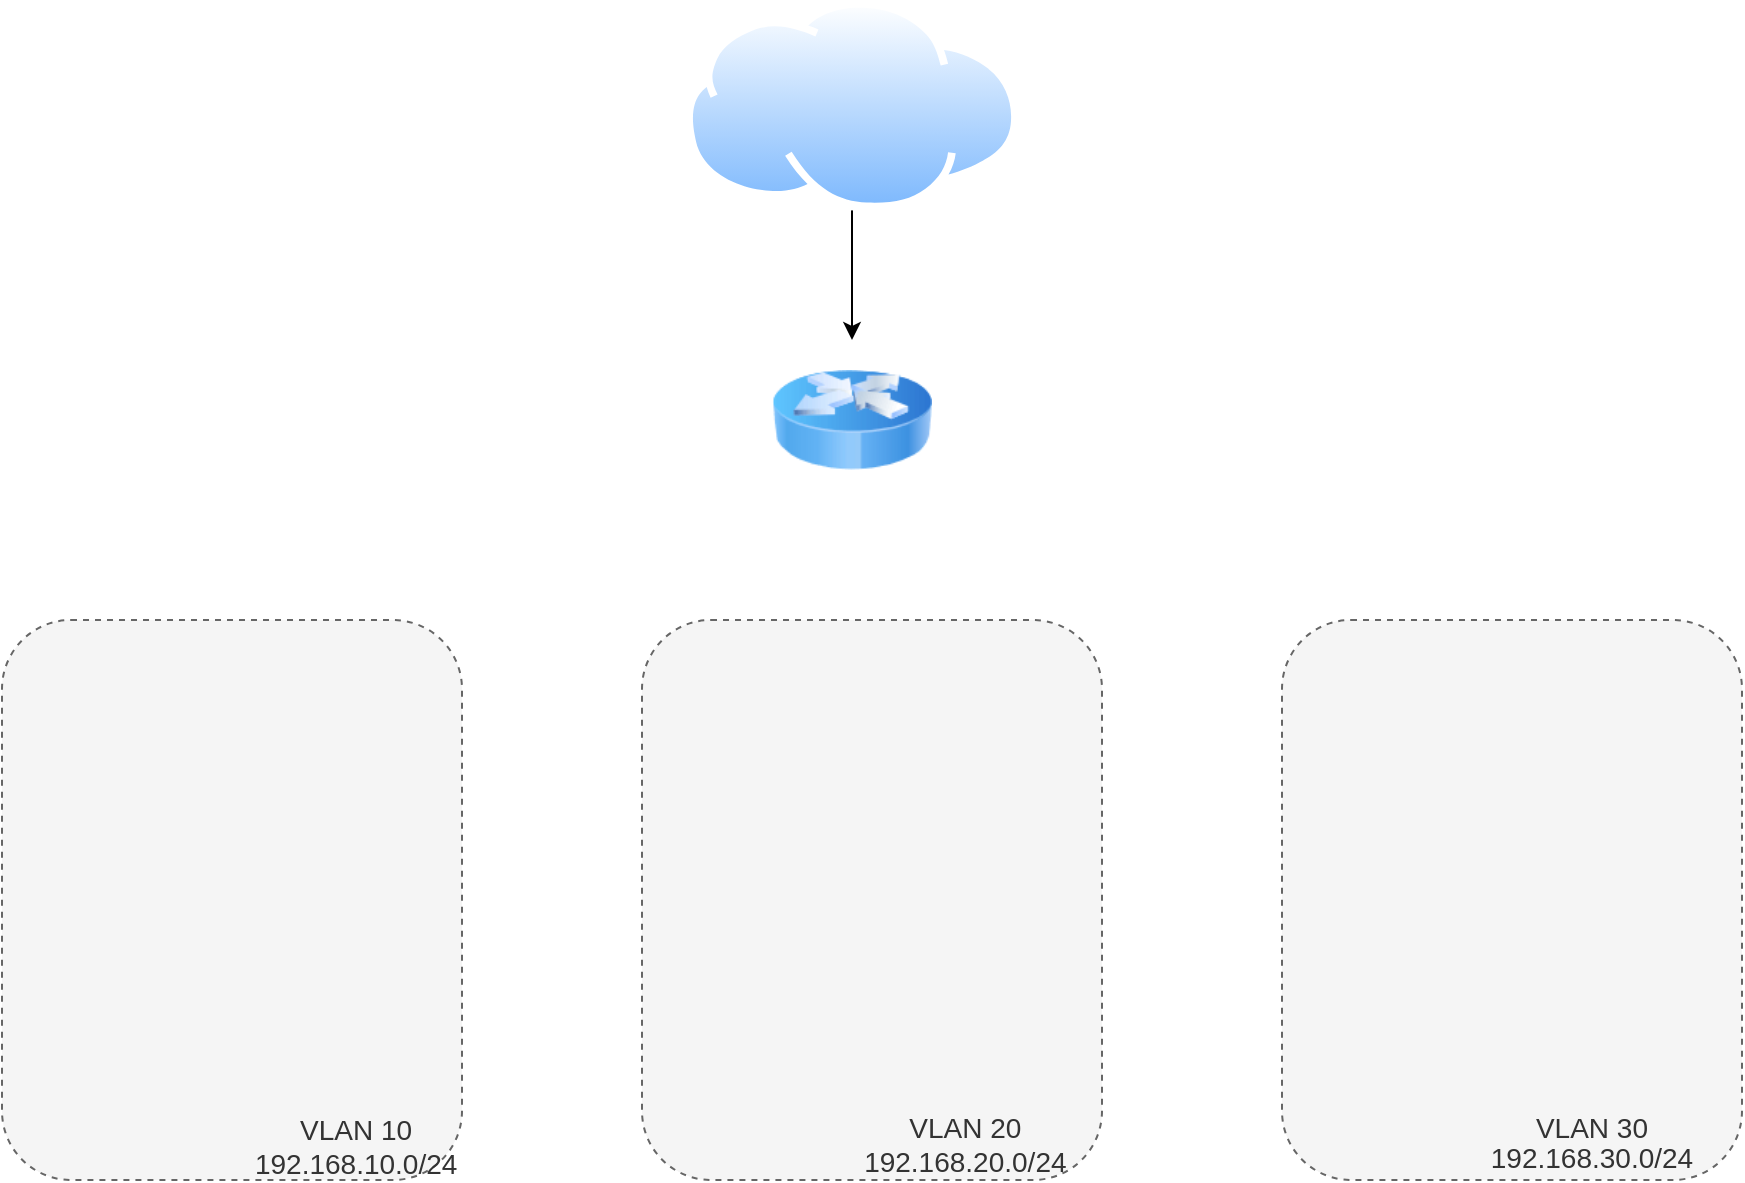
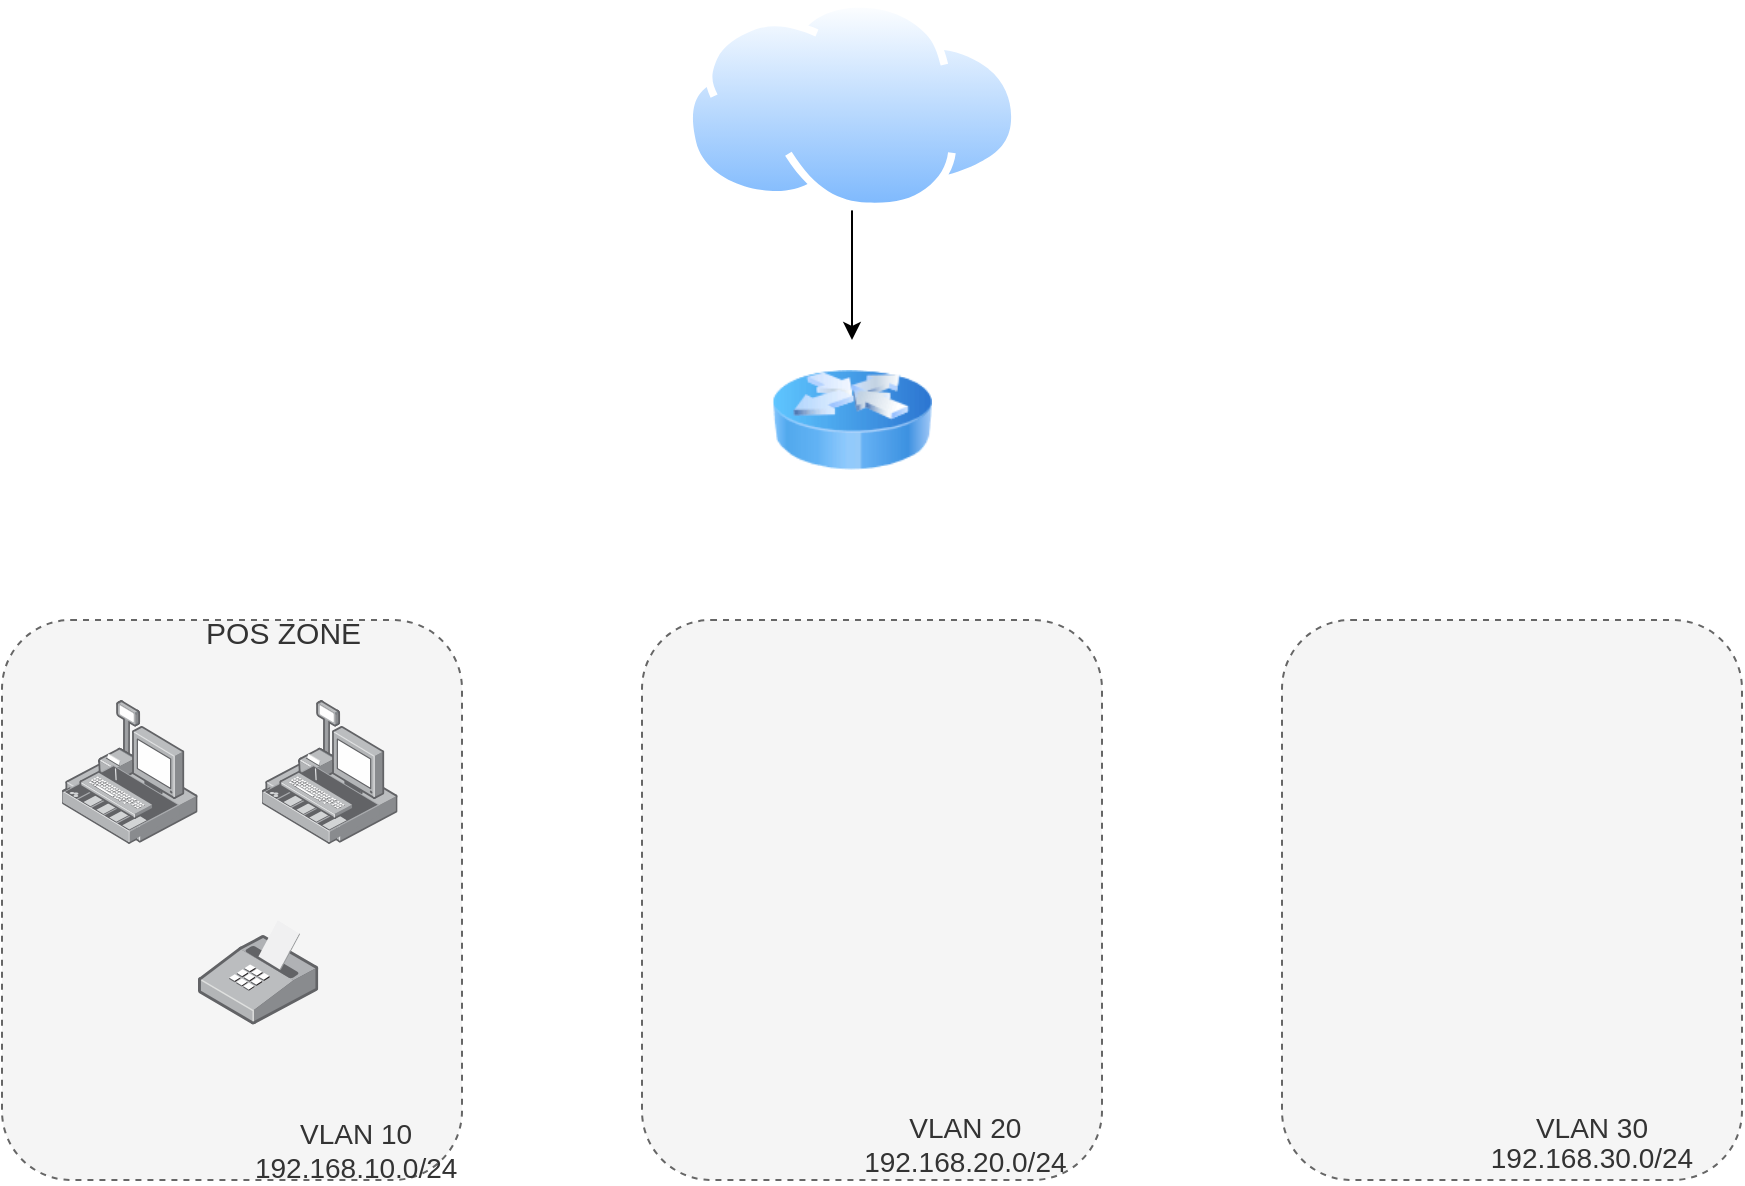
<mxfile host="app.diagrams.net">
  <diagram name="Trang-1" id="-QvKHvVX4tWdF-sznae-">
    <mxGraphModel dx="1012" dy="601" grid="1" gridSize="10" guides="1" tooltips="1" connect="1" arrows="1" fold="1" page="1" pageScale="1" pageWidth="827" pageHeight="1169" math="0" shadow="0">
      <root>
        <mxCell id="0" />
        <mxCell id="1" parent="0" />
-         <mxCell id="tlgCcKQl9_W-pkazaHYF-1" parent="1" style="rounded=1;whiteSpace=wrap;html=1;dashed=1;fillColor=#f5f5f5;strokeColor=#666666;fontColor=#333333;align=left;" value="&lt;div&gt;&lt;br&gt;&lt;/div&gt;&lt;div&gt;&lt;font style=&quot;font-size: 14px;&quot;&gt;&lt;br&gt;&lt;/font&gt;&lt;/div&gt;&lt;div&gt;&lt;font style=&quot;font-size: 14px;&quot;&gt;&lt;br&gt;&lt;/font&gt;&lt;/div&gt;&lt;div style=&quot;text-align: center;&quot;&gt;&lt;font style=&quot;font-size: 14px;&quot;&gt;&lt;br&gt;&lt;/font&gt;&lt;/div&gt;&lt;div style=&quot;text-align: center;&quot;&gt;&lt;font style=&quot;font-size: 14px;&quot;&gt;&lt;br&gt;&lt;/font&gt;&lt;/div&gt;&lt;div style=&quot;text-align: center;&quot;&gt;&lt;font style=&quot;font-size: 14px;&quot;&gt;&lt;br&gt;&lt;/font&gt;&lt;/div&gt;&lt;div style=&quot;text-align: center;&quot;&gt;&lt;font style=&quot;font-size: 14px;&quot;&gt;&lt;br&gt;&lt;/font&gt;&lt;/div&gt;&lt;div style=&quot;text-align: center;&quot;&gt;&lt;font style=&quot;font-size: 14px;&quot;&gt;&lt;br&gt;&lt;/font&gt;&lt;/div&gt;&lt;div style=&quot;text-align: center;&quot;&gt;&lt;br&gt;&lt;/div&gt;&lt;div style=&quot;text-align: center;&quot;&gt;&lt;font style=&quot;font-size: 14px;&quot;&gt;&lt;br&gt;&lt;/font&gt;&lt;/div&gt;&lt;div style=&quot;text-align: center;&quot;&gt;&lt;font style=&quot;font-size: 14px;&quot;&gt;&lt;br&gt;&lt;/font&gt;&lt;/div&gt;&lt;div&gt;&lt;div style=&quot;text-align: center;&quot;&gt;&lt;span style=&quot;font-size: 14px; background-color: transparent; color: light-dark(rgb(51, 51, 51), rgb(193, 193, 193));&quot;&gt;&amp;nbsp; &amp;nbsp; &amp;nbsp; &amp;nbsp; &amp;nbsp; &amp;nbsp; &amp;nbsp; &amp;nbsp; &amp;nbsp; &amp;nbsp; &amp;nbsp; &amp;nbsp; &amp;nbsp; &amp;nbsp; &amp;nbsp; &amp;nbsp;&amp;nbsp;&lt;/span&gt;&lt;/div&gt;&lt;div style=&quot;text-align: center;&quot;&gt;&lt;span style=&quot;font-size: 14px; background-color: transparent; color: light-dark(rgb(51, 51, 51), rgb(193, 193, 193));&quot;&gt;&lt;br&gt;&lt;/span&gt;&lt;/div&gt;&lt;div style=&quot;text-align: center;&quot;&gt;&lt;span style=&quot;font-size: 14px; background-color: transparent; color: light-dark(rgb(51, 51, 51), rgb(193, 193, 193));&quot;&gt;&lt;br&gt;&lt;/span&gt;&lt;/div&gt;&lt;div style=&quot;text-align: center;&quot;&gt;&lt;span style=&quot;font-size: 14px; background-color: transparent; color: light-dark(rgb(51, 51, 51), rgb(193, 193, 193));&quot;&gt;&lt;br&gt;&lt;/span&gt;&lt;/div&gt;&lt;div style=&quot;text-align: center;&quot;&gt;&lt;span style=&quot;font-size: 14px; background-color: transparent; color: light-dark(rgb(51, 51, 51), rgb(193, 193, 193));&quot;&gt;&lt;span style=&quot;white-space: pre;&quot;&gt;&#x9;&lt;/span&gt;&lt;span style=&quot;white-space: pre;&quot;&gt;&#x9;&lt;/span&gt;&lt;span style=&quot;white-space: pre;&quot;&gt;&#x9;&lt;/span&gt;&lt;span style=&quot;white-space: pre;&quot;&gt;&#x9;&lt;/span&gt;VLAN 10&lt;/span&gt;&lt;/div&gt;&lt;div style=&quot;text-align: center;&quot;&gt;&lt;font style=&quot;font-size: 14px;&quot;&gt;&lt;span style=&quot;white-space: pre;&quot;&gt;&#x9;&lt;/span&gt;&lt;span style=&quot;white-space: pre;&quot;&gt;&#x9;&lt;/span&gt;&lt;span style=&quot;white-space: pre;&quot;&gt;&#x9;&lt;/span&gt;&lt;span style=&quot;white-space: pre;&quot;&gt;&#x9;&lt;/span&gt;192.168.10.0/24&lt;/font&gt;&lt;/div&gt;&lt;/div&gt;" vertex="1">
+         <mxCell id="tlgCcKQl9_W-pkazaHYF-1" parent="1" style="rounded=1;whiteSpace=wrap;html=1;dashed=1;fillColor=#f5f5f5;strokeColor=#666666;fontColor=#333333;align=left;" value="&lt;div&gt;&lt;font style=&quot;font-size: 15px;&quot;&gt;&lt;span style=&quot;white-space: pre;&quot;&gt;&#x9;&lt;/span&gt;&lt;span style=&quot;white-space: pre;&quot;&gt;&#x9;&lt;/span&gt;&lt;span style=&quot;white-space: pre;&quot;&gt;&#x9;&lt;/span&gt;POS ZONE&lt;br&gt;&lt;/font&gt;&lt;/div&gt;&lt;div&gt;&lt;font style=&quot;font-size: 14px;&quot;&gt;&lt;br&gt;&lt;/font&gt;&lt;/div&gt;&lt;div&gt;&lt;font style=&quot;font-size: 14px;&quot;&gt;&lt;br&gt;&lt;/font&gt;&lt;/div&gt;&lt;div style=&quot;text-align: center;&quot;&gt;&lt;font style=&quot;font-size: 14px;&quot;&gt;&lt;br&gt;&lt;/font&gt;&lt;/div&gt;&lt;div style=&quot;text-align: center;&quot;&gt;&lt;font style=&quot;font-size: 14px;&quot;&gt;&lt;br&gt;&lt;/font&gt;&lt;/div&gt;&lt;div style=&quot;text-align: center;&quot;&gt;&lt;font style=&quot;font-size: 14px;&quot;&gt;&lt;br&gt;&lt;/font&gt;&lt;/div&gt;&lt;div style=&quot;text-align: center;&quot;&gt;&lt;font style=&quot;font-size: 14px;&quot;&gt;&lt;br&gt;&lt;/font&gt;&lt;/div&gt;&lt;div style=&quot;text-align: center;&quot;&gt;&lt;font style=&quot;font-size: 14px;&quot;&gt;&lt;br&gt;&lt;/font&gt;&lt;/div&gt;&lt;div style=&quot;text-align: center;&quot;&gt;&lt;br&gt;&lt;/div&gt;&lt;div style=&quot;text-align: center;&quot;&gt;&lt;font style=&quot;font-size: 14px;&quot;&gt;&lt;br&gt;&lt;/font&gt;&lt;/div&gt;&lt;div style=&quot;text-align: center;&quot;&gt;&lt;font style=&quot;font-size: 14px;&quot;&gt;&lt;br&gt;&lt;/font&gt;&lt;/div&gt;&lt;div&gt;&lt;div style=&quot;text-align: center;&quot;&gt;&lt;span style=&quot;font-size: 14px; background-color: transparent; color: light-dark(rgb(51, 51, 51), rgb(193, 193, 193));&quot;&gt;&amp;nbsp; &amp;nbsp; &amp;nbsp; &amp;nbsp; &amp;nbsp; &amp;nbsp; &amp;nbsp; &amp;nbsp; &amp;nbsp; &amp;nbsp; &amp;nbsp; &amp;nbsp; &amp;nbsp; &amp;nbsp; &amp;nbsp; &amp;nbsp;&amp;nbsp;&lt;/span&gt;&lt;/div&gt;&lt;div style=&quot;text-align: center;&quot;&gt;&lt;span style=&quot;font-size: 14px; background-color: transparent; color: light-dark(rgb(51, 51, 51), rgb(193, 193, 193));&quot;&gt;&lt;br&gt;&lt;/span&gt;&lt;/div&gt;&lt;div style=&quot;text-align: center;&quot;&gt;&lt;span style=&quot;font-size: 14px; background-color: transparent; color: light-dark(rgb(51, 51, 51), rgb(193, 193, 193));&quot;&gt;&lt;br&gt;&lt;/span&gt;&lt;/div&gt;&lt;div style=&quot;text-align: center;&quot;&gt;&lt;span style=&quot;font-size: 14px; background-color: transparent; color: light-dark(rgb(51, 51, 51), rgb(193, 193, 193));&quot;&gt;&lt;br&gt;&lt;/span&gt;&lt;/div&gt;&lt;div style=&quot;text-align: center;&quot;&gt;&lt;span style=&quot;font-size: 14px; background-color: transparent; color: light-dark(rgb(51, 51, 51), rgb(193, 193, 193));&quot;&gt;&lt;span style=&quot;white-space: pre;&quot;&gt;&#x9;&lt;/span&gt;&lt;span style=&quot;white-space: pre;&quot;&gt;&#x9;&lt;/span&gt;&lt;span style=&quot;white-space: pre;&quot;&gt;&#x9;&lt;/span&gt;&lt;span style=&quot;white-space: pre;&quot;&gt;&#x9;&lt;/span&gt;VLAN 10&lt;/span&gt;&lt;/div&gt;&lt;div style=&quot;text-align: center;&quot;&gt;&lt;font style=&quot;font-size: 14px;&quot;&gt;&lt;span style=&quot;white-space: pre;&quot;&gt;&#x9;&lt;/span&gt;&lt;span style=&quot;white-space: pre;&quot;&gt;&#x9;&lt;/span&gt;&lt;span style=&quot;white-space: pre;&quot;&gt;&#x9;&lt;/span&gt;&lt;span style=&quot;white-space: pre;&quot;&gt;&#x9;&lt;/span&gt;192.168.10.0/24&lt;/font&gt;&lt;/div&gt;&lt;/div&gt;" vertex="1">
          <mxGeometry height="280" width="230" x="20" y="320" as="geometry" />
        </mxCell>
        <mxCell id="tlgCcKQl9_W-pkazaHYF-5" edge="1" parent="1" source="6glJgjmVUURO1JKE-K0C-2" style="edgeStyle=orthogonalEdgeStyle;rounded=0;orthogonalLoop=1;jettySize=auto;html=1;" target="tlgCcKQl9_W-pkazaHYF-2" value="">
          <mxGeometry relative="1" as="geometry" />
        </mxCell>
        <mxCell id="6glJgjmVUURO1JKE-K0C-2" parent="1" style="image;aspect=fixed;perimeter=ellipsePerimeter;html=1;align=center;shadow=0;dashed=0;spacingTop=3;image=img/lib/active_directory/internet_cloud.svg;" value="" vertex="1">
          <mxGeometry height="105.2" width="166.99" x="361.51" y="10" as="geometry" />
        </mxCell>
        <mxCell id="tlgCcKQl9_W-pkazaHYF-2" parent="1" style="image;html=1;image=img/lib/clip_art/networking/Router_Icon_128x128.png;labelBackgroundColor=#f8cecc;labelBorderColor=#b85450;" value="" vertex="1">
          <mxGeometry height="80" width="80" x="405" y="180" as="geometry" />
        </mxCell>
        <mxCell id="tlgCcKQl9_W-pkazaHYF-6" parent="1" style="rounded=1;whiteSpace=wrap;html=1;dashed=1;fillColor=#f5f5f5;strokeColor=#666666;fontColor=#333333;" value="&lt;div&gt;&lt;br&gt;&lt;/div&gt;&lt;div&gt;&lt;br&gt;&lt;/div&gt;&lt;div&gt;&lt;br&gt;&lt;/div&gt;&lt;div&gt;&lt;br&gt;&lt;/div&gt;&lt;div&gt;&lt;br&gt;&lt;/div&gt;&lt;div&gt;&lt;br&gt;&lt;/div&gt;&lt;div&gt;&lt;br&gt;&lt;/div&gt;&lt;div&gt;&lt;br&gt;&lt;/div&gt;&lt;div&gt;&lt;br&gt;&lt;/div&gt;&lt;div&gt;&lt;br&gt;&lt;/div&gt;&lt;div&gt;&lt;br&gt;&lt;/div&gt;&lt;div&gt;&lt;br&gt;&lt;/div&gt;&lt;div&gt;&lt;br&gt;&lt;/div&gt;&lt;div&gt;&lt;br&gt;&lt;/div&gt;&lt;div&gt;&lt;br&gt;&lt;/div&gt;&lt;div&gt;&lt;br&gt;&lt;/div&gt;&lt;div&gt;&lt;br&gt;&lt;/div&gt;&lt;div&gt;&lt;span style=&quot;font-size: 14px; background-color: transparent; color: light-dark(rgb(51, 51, 51), rgb(193, 193, 193));&quot;&gt;&lt;span style=&quot;white-space: pre;&quot;&gt;&#x9;&lt;/span&gt;&lt;span style=&quot;white-space: pre;&quot;&gt;&#x9;&lt;/span&gt;&lt;span style=&quot;white-space: pre;&quot;&gt;&#x9;&lt;/span&gt;VLAN 20&lt;/span&gt;&lt;/div&gt;&lt;div&gt;&lt;/div&gt;&lt;div&gt;&lt;font style=&quot;font-size: 14px;&quot;&gt;&lt;span style=&quot;white-space: pre;&quot;&gt;&#x9;&lt;/span&gt;&lt;span style=&quot;white-space: pre;&quot;&gt;&#x9;&lt;/span&gt;&lt;span style=&quot;white-space: pre;&quot;&gt;&#x9;&lt;/span&gt;192.168.20.0/24&lt;/font&gt;&lt;/div&gt;" vertex="1">
          <mxGeometry height="280" width="230" x="340" y="320" as="geometry" />
        </mxCell>
        <mxCell id="tlgCcKQl9_W-pkazaHYF-7" parent="1" style="rounded=1;whiteSpace=wrap;html=1;dashed=1;fillColor=#f5f5f5;strokeColor=#666666;fontColor=#333333;" value="&lt;blockquote style=&quot;margin: 0px 0px 0px 40px; border-width: medium; border-style: none; border-color: currentcolor; border-image: initial; padding: 0px; line-height: 110%;&quot;&gt;&lt;blockquote style=&quot;margin: 0px 0px 0px 40px; border-width: medium; border-style: none; border-color: currentcolor; border-image: initial; padding: 0px;&quot;&gt;&lt;font style=&quot;font-size: 14px;&quot;&gt;&lt;br&gt;&lt;/font&gt;&lt;/blockquote&gt;&lt;blockquote style=&quot;margin: 0px 0px 0px 40px; border-width: medium; border-style: none; border-color: currentcolor; border-image: initial; padding: 0px;&quot;&gt;&lt;font style=&quot;font-size: 14px;&quot;&gt;&lt;br&gt;&lt;/font&gt;&lt;/blockquote&gt;&lt;blockquote style=&quot;margin: 0px 0px 0px 40px; border-width: medium; border-style: none; border-color: currentcolor; border-image: initial; padding: 0px;&quot;&gt;&lt;font style=&quot;font-size: 14px;&quot;&gt;&lt;br&gt;&lt;/font&gt;&lt;/blockquote&gt;&lt;blockquote style=&quot;margin: 0px 0px 0px 40px; border-width: medium; border-style: none; border-color: currentcolor; border-image: initial; padding: 0px;&quot;&gt;&lt;font style=&quot;font-size: 14px;&quot;&gt;&lt;br&gt;&lt;/font&gt;&lt;/blockquote&gt;&lt;blockquote style=&quot;margin: 0px 0px 0px 40px; border-width: medium; border-style: none; border-color: currentcolor; border-image: initial; padding: 0px;&quot;&gt;&lt;font style=&quot;font-size: 14px;&quot;&gt;&lt;br&gt;&lt;/font&gt;&lt;/blockquote&gt;&lt;blockquote style=&quot;margin: 0px 0px 0px 40px; border-width: medium; border-style: none; border-color: currentcolor; border-image: initial; padding: 0px;&quot;&gt;&lt;font style=&quot;font-size: 14px;&quot;&gt;&lt;br&gt;&lt;/font&gt;&lt;/blockquote&gt;&lt;blockquote style=&quot;margin: 0px 0px 0px 40px; border-width: medium; border-style: none; border-color: currentcolor; border-image: initial; padding: 0px;&quot;&gt;&lt;font style=&quot;font-size: 14px;&quot;&gt;&lt;br&gt;&lt;/font&gt;&lt;/blockquote&gt;&lt;blockquote style=&quot;margin: 0px 0px 0px 40px; border-width: medium; border-style: none; border-color: currentcolor; border-image: initial; padding: 0px;&quot;&gt;&lt;font style=&quot;font-size: 14px;&quot;&gt;&lt;br&gt;&lt;/font&gt;&lt;/blockquote&gt;&lt;blockquote style=&quot;margin: 0px 0px 0px 40px; border-width: medium; border-style: none; border-color: currentcolor; border-image: initial; padding: 0px;&quot;&gt;&lt;font style=&quot;font-size: 14px;&quot;&gt;&lt;br&gt;&lt;/font&gt;&lt;/blockquote&gt;&lt;blockquote style=&quot;margin: 0px 0px 0px 40px; border-width: medium; border-style: none; border-color: currentcolor; border-image: initial; padding: 0px;&quot;&gt;&lt;font style=&quot;font-size: 14px;&quot;&gt;&lt;br&gt;&lt;/font&gt;&lt;/blockquote&gt;&lt;blockquote style=&quot;margin: 0px 0px 0px 40px; border-width: medium; border-style: none; border-color: currentcolor; border-image: initial; padding: 0px;&quot;&gt;&lt;font style=&quot;font-size: 14px;&quot;&gt;&lt;br&gt;&lt;/font&gt;&lt;/blockquote&gt;&lt;blockquote style=&quot;margin: 0px 0px 0px 40px; border-width: medium; border-style: none; border-color: currentcolor; border-image: initial; padding: 0px;&quot;&gt;&lt;font style=&quot;font-size: 14px;&quot;&gt;&lt;br&gt;&lt;/font&gt;&lt;/blockquote&gt;&lt;blockquote style=&quot;margin: 0px 0px 0px 40px; border-width: medium; border-style: none; border-color: currentcolor; border-image: initial; padding: 0px;&quot;&gt;&lt;font style=&quot;font-size: 14px;&quot;&gt;&lt;br&gt;&lt;/font&gt;&lt;/blockquote&gt;&lt;blockquote style=&quot;margin: 0px 0px 0px 40px; border-width: medium; border-style: none; border-color: currentcolor; border-image: initial; padding: 0px;&quot;&gt;&lt;font style=&quot;font-size: 14px;&quot;&gt;&lt;br&gt;&lt;/font&gt;&lt;/blockquote&gt;&lt;blockquote style=&quot;margin: 0px 0px 0px 40px; border-width: medium; border-style: none; border-color: currentcolor; border-image: initial; padding: 0px;&quot;&gt;&lt;span style=&quot;font-size: 14px; background-color: transparent; color: light-dark(rgb(51, 51, 51), rgb(193, 193, 193));&quot;&gt;&lt;br&gt;&lt;/span&gt;&lt;/blockquote&gt;&lt;blockquote style=&quot;margin: 0px 0px 0px 40px; border-width: medium; border-style: none; border-color: currentcolor; border-image: initial; padding: 0px;&quot;&gt;&lt;span style=&quot;font-size: 14px; background-color: transparent; color: light-dark(rgb(51, 51, 51), rgb(193, 193, 193)); line-height: 110%;&quot;&gt;&lt;br&gt;&lt;/span&gt;&lt;/blockquote&gt;&lt;blockquote style=&quot;margin: 0px 0px 0px 40px; border-width: medium; border-style: none; border-color: currentcolor; border-image: initial; padding: 0px;&quot;&gt;&lt;span style=&quot;font-size: 14px; background-color: transparent; color: light-dark(rgb(51, 51, 51), rgb(193, 193, 193)); line-height: 110%;&quot;&gt;&lt;br&gt;&lt;/span&gt;&lt;/blockquote&gt;&lt;blockquote style=&quot;margin: 0px 0px 0px 40px; border-width: medium; border-style: none; border-color: currentcolor; border-image: initial; padding: 0px;&quot;&gt;&lt;span style=&quot;font-size: 14px; background-color: transparent; color: light-dark(rgb(51, 51, 51), rgb(193, 193, 193)); line-height: 110%;&quot;&gt;VLAN 30&lt;/span&gt;&lt;/blockquote&gt;&lt;blockquote style=&quot;margin: 0px 0px 0px 40px; border-width: medium; border-style: none; border-color: currentcolor; border-image: initial; padding: 0px;&quot;&gt;&lt;div&gt;&lt;font style=&quot;font-size: 14px; line-height: 110%;&quot;&gt;192.168.30.0/24&lt;/font&gt;&lt;/div&gt;&lt;/blockquote&gt;&lt;/blockquote&gt;" vertex="1">
          <mxGeometry height="280" width="230" x="660" y="320" as="geometry" />
        </mxCell>
+         <mxCell id="tlgCcKQl9_W-pkazaHYF-8" parent="1" style="image;points=[];aspect=fixed;html=1;align=center;shadow=0;dashed=0;image=img/lib/allied_telesis/security/POS.svg;" value="" vertex="1">
+           <mxGeometry height="72" width="67.8" x="50" y="360" as="geometry" />
+         </mxCell>
+         <mxCell id="tlgCcKQl9_W-pkazaHYF-9" parent="1" style="image;points=[];aspect=fixed;html=1;align=center;shadow=0;dashed=0;image=img/lib/allied_telesis/security/POS.svg;" value="" vertex="1">
+           <mxGeometry height="72" width="67.8" x="150" y="360" as="geometry" />
+         </mxCell>
+         <mxCell id="tlgCcKQl9_W-pkazaHYF-10" parent="1" style="image;points=[];aspect=fixed;html=1;align=center;shadow=0;dashed=0;image=img/lib/allied_telesis/computer_and_terminals/POS_Printer.svg;direction=east;" value="" vertex="1">
+           <mxGeometry height="52.4" width="60.16" x="118" y="470" as="geometry" />
+         </mxCell>
      </root>
    </mxGraphModel>
  </diagram>
</mxfile>
